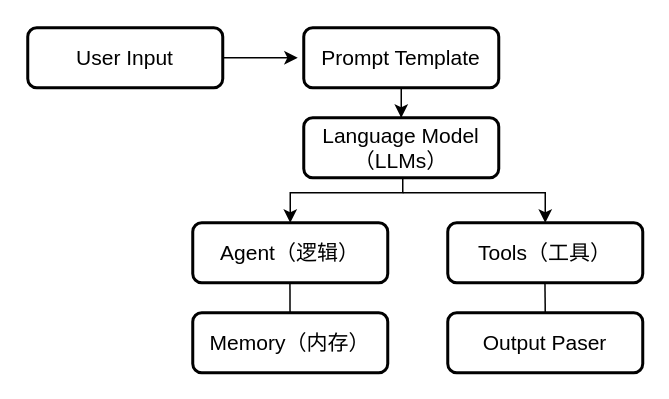
This is langchain.drawio from caojun1997/darwin.v, a draw.io file, before an edit. Source tidied: cells renumbered, new cells numbered last; positions are measured from the earlier drawing's top-left corner, leaving out a move shared by most shapes. Both pictures are drawn from the tidied source at 150%, with x=0, y=0 at pixel (27, 27).
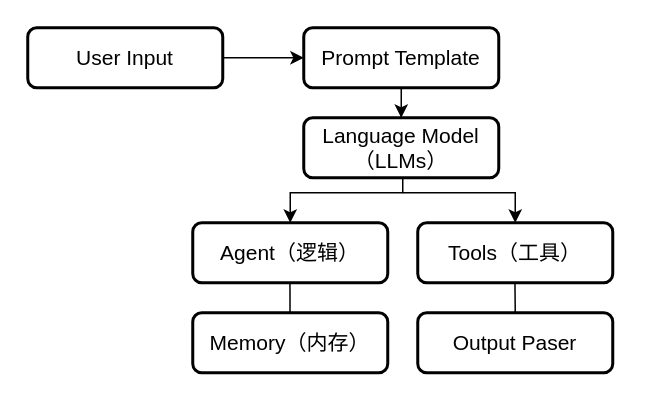
After the change.

The change refers to these unchanged cells:
```xml
<mxCell id="3" value="&lt;font style=&quot;font-size: 14px;&quot;&gt;User Input&lt;/font&gt;" style="rounded=1;whiteSpace=wrap;html=1;strokeWidth=2;" parent="1" vertex="1">
  <mxGeometry width="130" height="40" as="geometry" />
</mxCell>
<mxCell id="5" value="&lt;font style=&quot;font-size: 14px;&quot;&gt;Prompt Template&lt;/font&gt;" style="rounded=1;whiteSpace=wrap;html=1;strokeWidth=2;" parent="1" vertex="1">
  <mxGeometry x="184" width="130" height="40" as="geometry" />
</mxCell>
```

The edit, as a diff of the source:
```diff
@@
-    <mxCell id="2" style="edgeStyle=orthogonalEdgeStyle;rounded=0;jettySize=auto;html=1;" parent="1" edge="1" source="3">
-      <mxGeometry relative="1" as="geometry">
-        <mxPoint x="180" y="20" as="targetPoint" />
-      </mxGeometry>
+    <mxCell id="2" style="edgeStyle=orthogonalEdgeStyle;rounded=0;jettySize=auto;html=1;entryX=0;entryY=0.5;entryDx=0;entryDy=0;" parent="1" edge="1" source="3" target="5">
+      <mxGeometry relative="1" as="geometry" />
     </mxCell>
@@
     <mxCell id="9" value="&lt;font style=&quot;font-size: 14px;&quot;&gt;Tools（工具）&lt;/font&gt;" style="rounded=1;whiteSpace=wrap;html=1;strokeWidth=2;" parent="1" vertex="1">
-      <mxGeometry x="280" y="130" width="130" height="40" as="geometry" />
+      <mxGeometry x="260" y="130" width="130" height="40" as="geometry" />
     </mxCell>
     <mxCell id="10" value="&lt;font style=&quot;font-size: 14px;&quot;&gt;Output Paser&lt;/font&gt;" style="rounded=1;whiteSpace=wrap;html=1;strokeWidth=2;" parent="1" vertex="1">
-      <mxGeometry x="280" y="190" width="130" height="40" as="geometry" />
+      <mxGeometry x="260" y="190" width="130" height="40" as="geometry" />
     </mxCell>
@@
     <mxCell id="12" style="endArrow=classic;html=1;rounded=0;entryX=0.5;entryY=0;entryDx=0;entryDy=0;" parent="1" edge="1" target="9">
       <mxGeometry relative="1" as="geometry">
         <mxPoint x="250" y="110" as="sourcePoint" />
         <Array as="points">
-          <mxPoint x="345" y="110" />
+          <mxPoint x="325" y="110" />
         </Array>
       </mxGeometry>
     </mxCell>
@@
     <mxCell id="14" style="endArrow=none;html=1;rounded=0;entryX=0.511;entryY=1.006;entryDx=0;entryDy=0;entryPerimeter=0;" parent="1" edge="1">
       <mxGeometry relative="1" as="geometry">
-        <mxPoint x="345" y="190" as="sourcePoint" />
-        <mxPoint x="345.2" y="170.2" as="targetPoint" />
+        <mxPoint x="325" y="190" as="sourcePoint" />
+        <mxPoint x="325.2" y="170.2" as="targetPoint" />
         <Array as="points">
-          <mxPoint x="344.8" y="170" />
+          <mxPoint x="324.8" y="170" />
         </Array>
       </mxGeometry>
     </mxCell>
```
